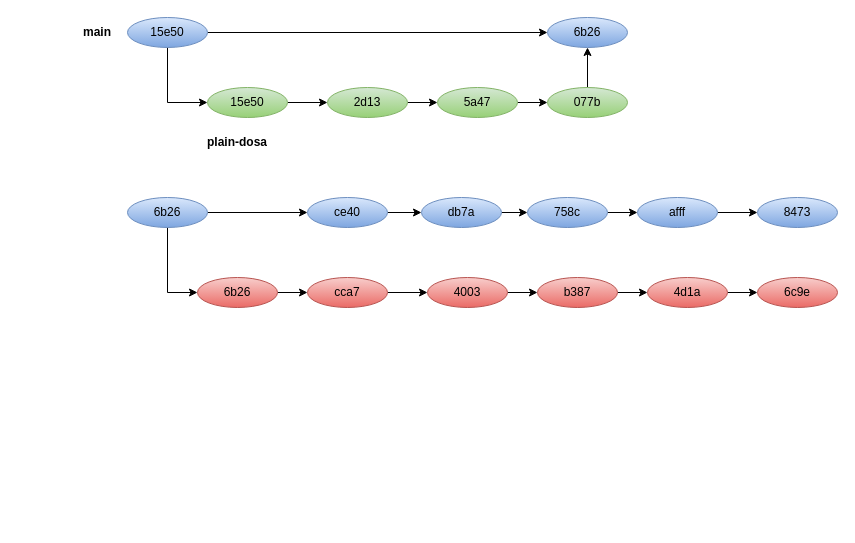
Above: git-merge-rebase.drawio in daws-90s/diagrams (draw.io), before the change. Source tidied: cells renumbered, new cells numbered last; positions are measured from the earlier drawing's top-left corner, leaving out a move shared by most shapes. Both pictures are drawn from the tidied source at 100%, with x=0, y=0 at pixel (67, 17).
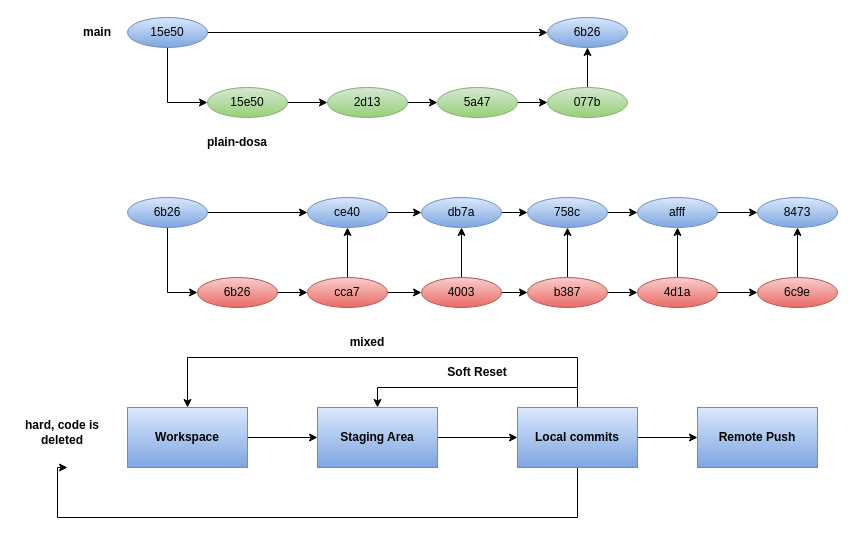
Above is the later version.

Commit message:
egg karam started

Unchanged cells that the change refers to:
```xml
<mxCell id="22" value="cca7" style="ellipse;whiteSpace=wrap;html=1;shapeInside=1;fillColor=#f8cecc;strokeColor=#b85450;gradientColor=#ea6b66;" parent="1" vertex="1">
  <mxGeometry x="240" y="260" width="80" height="30" as="geometry" />
</mxCell>
<mxCell id="27" value="6c9e" style="ellipse;whiteSpace=wrap;html=1;shapeInside=1;fillColor=#f8cecc;strokeColor=#b85450;gradientColor=#ea6b66;" parent="1" vertex="1">
  <mxGeometry x="690" y="260" width="80" height="30" as="geometry" />
</mxCell>
<mxCell id="28" value="8473" style="ellipse;whiteSpace=wrap;html=1;shapeInside=1;fillColor=#dae8fc;strokeColor=#6c8ebf;gradientColor=#7ea6e0;" parent="1" vertex="1">
  <mxGeometry x="690" y="180" width="80" height="30" as="geometry" />
</mxCell>
<mxCell id="30" value="afff" style="ellipse;whiteSpace=wrap;html=1;shapeInside=1;fillColor=#dae8fc;strokeColor=#6c8ebf;gradientColor=#7ea6e0;" parent="1" vertex="1">
  <mxGeometry x="570" y="180" width="80" height="30" as="geometry" />
</mxCell>
<mxCell id="32" value="758c" style="ellipse;whiteSpace=wrap;html=1;shapeInside=1;fillColor=#dae8fc;strokeColor=#6c8ebf;gradientColor=#7ea6e0;" parent="1" vertex="1">
  <mxGeometry x="460" y="180" width="80" height="30" as="geometry" />
</mxCell>
<mxCell id="34" value="db7a" style="ellipse;whiteSpace=wrap;html=1;shapeInside=1;fillColor=#dae8fc;strokeColor=#6c8ebf;gradientColor=#7ea6e0;" parent="1" vertex="1">
  <mxGeometry x="354" y="180" width="80" height="30" as="geometry" />
</mxCell>
<mxCell id="36" value="ce40" style="ellipse;whiteSpace=wrap;html=1;shapeInside=1;fillColor=#dae8fc;strokeColor=#6c8ebf;gradientColor=#7ea6e0;" parent="1" vertex="1">
  <mxGeometry x="240" y="180" width="80" height="30" as="geometry" />
</mxCell>
```

The edit, as a diff of the source:
```diff
@@
+    <mxCell id="39" style="edgeStyle=orthogonalEdgeStyle;rounded=0;jettySize=auto;html=1;entryX=0.5;entryY=1;entryDx=0;entryDy=0;flowAnimation=1;" parent="1" edge="1" source="22" target="36">
+      <mxGeometry relative="1" as="geometry" />
+    </mxCell>
@@
+    <mxCell id="40" style="edgeStyle=orthogonalEdgeStyle;rounded=0;jettySize=auto;html=1;flowAnimation=1;" parent="1" edge="1" source="24" target="34">
+      <mxGeometry relative="1" as="geometry" />
+    </mxCell>
     <mxCell id="24" value="4003" style="ellipse;whiteSpace=wrap;html=1;shapeInside=1;fillColor=#f8cecc;strokeColor=#b85450;gradientColor=#ea6b66;" parent="1" vertex="1">
-      <mxGeometry x="360" y="260" width="80" height="30" as="geometry" />
+      <mxGeometry x="354" y="260" width="80" height="30" as="geometry" />
     </mxCell>
@@
+    <mxCell id="41" style="edgeStyle=orthogonalEdgeStyle;rounded=0;jettySize=auto;html=1;entryX=0.5;entryY=1;entryDx=0;entryDy=0;flowAnimation=1;" parent="1" edge="1" source="26" target="30">
+      <mxGeometry relative="1" as="geometry" />
+    </mxCell>
     <mxCell id="26" value="4d1a" style="ellipse;whiteSpace=wrap;html=1;shapeInside=1;fillColor=#f8cecc;strokeColor=#b85450;gradientColor=#ea6b66;" parent="1" vertex="1">
-      <mxGeometry x="580" y="260" width="80" height="30" as="geometry" />
+      <mxGeometry x="570" y="260" width="80" height="30" as="geometry" />
     </mxCell>
+    <mxCell id="42" style="edgeStyle=orthogonalEdgeStyle;rounded=0;jettySize=auto;html=1;entryX=0.5;entryY=1;entryDx=0;entryDy=0;flowAnimation=1;" parent="1" edge="1" source="27" target="28">
+      <mxGeometry relative="1" as="geometry" />
+    </mxCell>
@@
+    <mxCell id="43" style="edgeStyle=orthogonalEdgeStyle;rounded=0;jettySize=auto;html=1;entryX=0.5;entryY=1;entryDx=0;entryDy=0;flowAnimation=1;" parent="1" edge="1" source="38" target="32">
+      <mxGeometry relative="1" as="geometry" />
+    </mxCell>
     <mxCell id="38" value="b387" style="ellipse;whiteSpace=wrap;html=1;shapeInside=1;fillColor=#f8cecc;strokeColor=#b85450;gradientColor=#ea6b66;" parent="1" vertex="1">
-      <mxGeometry x="470" y="260" width="80" height="30" as="geometry" />
+      <mxGeometry x="460" y="260" width="80" height="30" as="geometry" />
     </mxCell>
+    <mxCell id="44" style="edgeStyle=orthogonalEdgeStyle;rounded=0;jettySize=auto;html=1;entryX=0;entryY=0.5;entryDx=0;entryDy=0;" parent="1" edge="1" source="45" target="47">
+      <mxGeometry relative="1" as="geometry" />
+    </mxCell>
+    <mxCell id="45" value="&lt;b&gt;Workspace&lt;/b&gt;" style="rounded=0;whiteSpace=wrap;html=1;fillColor=#dae8fc;gradientColor=#7ea6e0;strokeColor=#6c8ebf;" parent="1" vertex="1">
+      <mxGeometry x="60" y="390" width="120" height="60" as="geometry" />
+    </mxCell>
+    <mxCell id="46" style="edgeStyle=orthogonalEdgeStyle;rounded=0;jettySize=auto;html=1;entryX=0;entryY=0.5;entryDx=0;entryDy=0;" parent="1" edge="1" source="47" target="52">
+      <mxGeometry relative="1" as="geometry" />
+    </mxCell>
+    <mxCell id="47" value="&lt;b&gt;Staging Area&lt;/b&gt;" style="rounded=0;whiteSpace=wrap;html=1;fillColor=#dae8fc;gradientColor=#7ea6e0;strokeColor=#6c8ebf;" parent="1" vertex="1">
+      <mxGeometry x="250" y="390" width="120" height="60" as="geometry" />
+    </mxCell>
+    <mxCell id="48" style="edgeStyle=orthogonalEdgeStyle;rounded=0;jettySize=auto;html=1;" parent="1" edge="1" source="52" target="53">
+      <mxGeometry relative="1" as="geometry" />
+    </mxCell>
+    <mxCell id="49" style="edgeStyle=orthogonalEdgeStyle;rounded=0;jettySize=auto;html=1;entryX=0.5;entryY=0;entryDx=0;entryDy=0;flowAnimation=1;" parent="1" edge="1" source="52" target="47">
+      <mxGeometry relative="1" as="geometry">
+        <Array as="points">
+          <mxPoint x="510" y="370" />
+          <mxPoint x="310" y="370" />
+        </Array>
+      </mxGeometry>
+    </mxCell>
+    <mxCell id="50" style="edgeStyle=orthogonalEdgeStyle;rounded=0;jettySize=auto;html=1;entryX=0.5;entryY=0;entryDx=0;entryDy=0;flowAnimation=1;" parent="1" edge="1" source="52" target="45">
+      <mxGeometry relative="1" as="geometry">
+        <Array as="points">
+          <mxPoint x="510" y="340" />
+          <mxPoint x="120" y="340" />
+        </Array>
+      </mxGeometry>
+    </mxCell>
+    <mxCell id="51" style="edgeStyle=orthogonalEdgeStyle;rounded=0;jettySize=auto;html=1;flowAnimation=1;" parent="1" edge="1" source="52">
+      <mxGeometry relative="1" as="geometry">
+        <mxPoint y="450" as="targetPoint" />
+        <Array as="points">
+          <mxPoint x="510" y="500" />
+          <mxPoint x="-10" y="500" />
+        </Array>
+      </mxGeometry>
+    </mxCell>
+    <mxCell id="52" value="&lt;b&gt;Local commits&lt;/b&gt;" style="rounded=0;whiteSpace=wrap;html=1;fillColor=#dae8fc;gradientColor=#7ea6e0;strokeColor=#6c8ebf;" parent="1" vertex="1">
+      <mxGeometry x="450" y="390" width="120" height="60" as="geometry" />
+    </mxCell>
+    <mxCell id="53" value="&lt;b&gt;Remote Push&lt;/b&gt;" style="rounded=0;whiteSpace=wrap;html=1;fillColor=#dae8fc;gradientColor=#7ea6e0;strokeColor=#6c8ebf;" parent="1" vertex="1">
+      <mxGeometry x="630" y="390" width="120" height="60" as="geometry" />
+    </mxCell>
+    <mxCell id="54" value="&lt;b&gt;Soft Reset&lt;/b&gt;" style="text;html=1;whiteSpace=wrap;strokeColor=none;fillColor=none;align=center;verticalAlign=middle;rounded=0;" parent="1" vertex="1">
+      <mxGeometry x="370" y="340" width="80" height="30" as="geometry" />
+    </mxCell>
+    <mxCell id="55" value="&lt;b&gt;mixed&lt;/b&gt;" style="text;html=1;whiteSpace=wrap;strokeColor=none;fillColor=none;align=center;verticalAlign=middle;rounded=0;" parent="1" vertex="1">
+      <mxGeometry x="270" y="310" width="60" height="30" as="geometry" />
+    </mxCell>
+    <mxCell id="56" value="&lt;b&gt;hard, code is deleted&lt;/b&gt;" style="text;html=1;whiteSpace=wrap;strokeColor=none;fillColor=none;align=center;verticalAlign=middle;rounded=0;" parent="1" vertex="1">
+      <mxGeometry x="-50" y="400" width="90" height="30" as="geometry" />
+    </mxCell>
```
